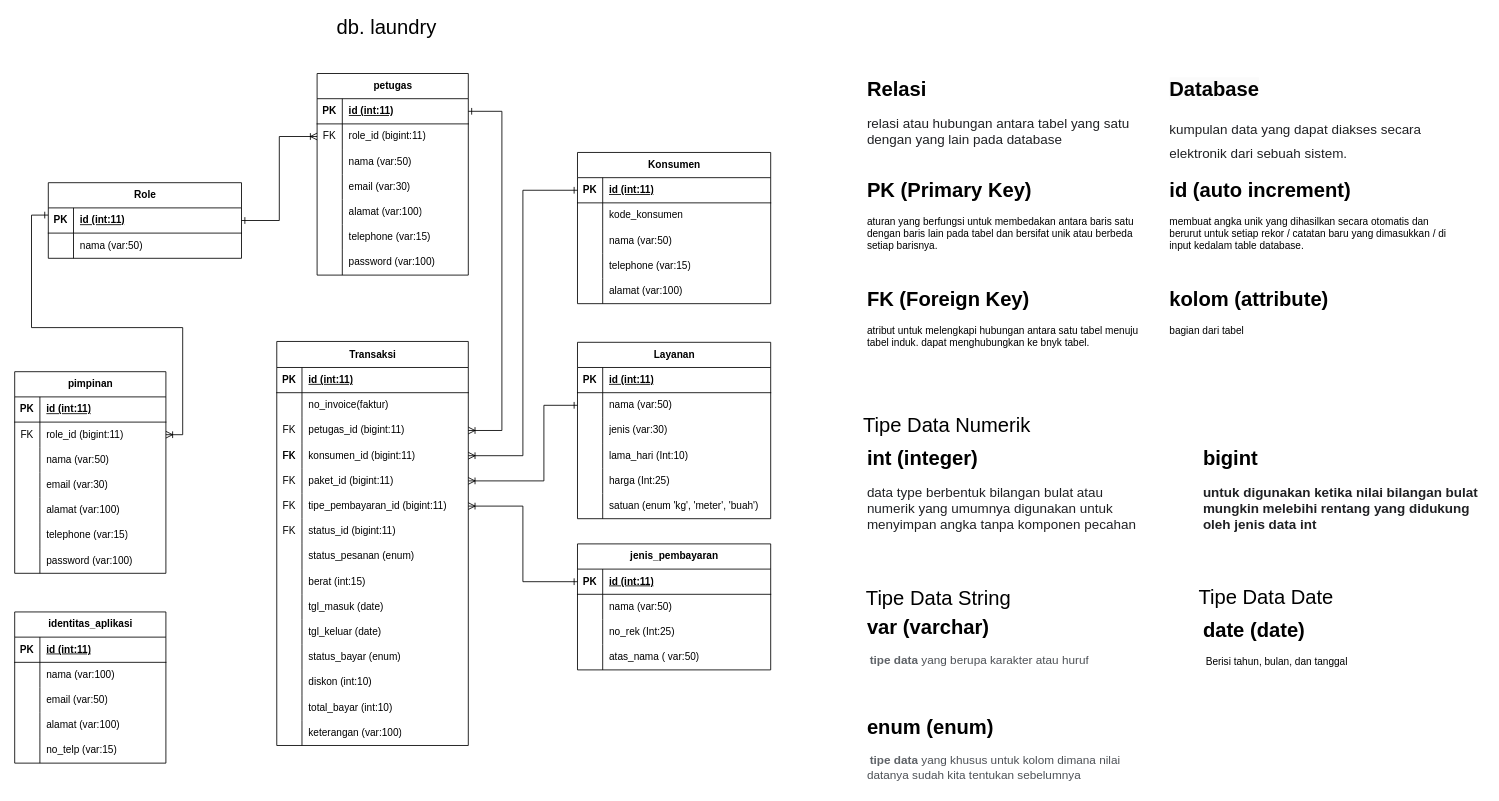
Above: page "RELASI" (4 of 6) of Desain Ujikom.drawio in alditasptnsr/ujikom_aldita (draw.io), before the change. Source tidied: cells renumbered, new cells numbered last; positions are measured from the earlier drawing's top-left corner, leaving out a move shared by most shapes. Both pictures are drawn from the tidied source at 84%, with x=0, y=0 at pixel (14, 14).
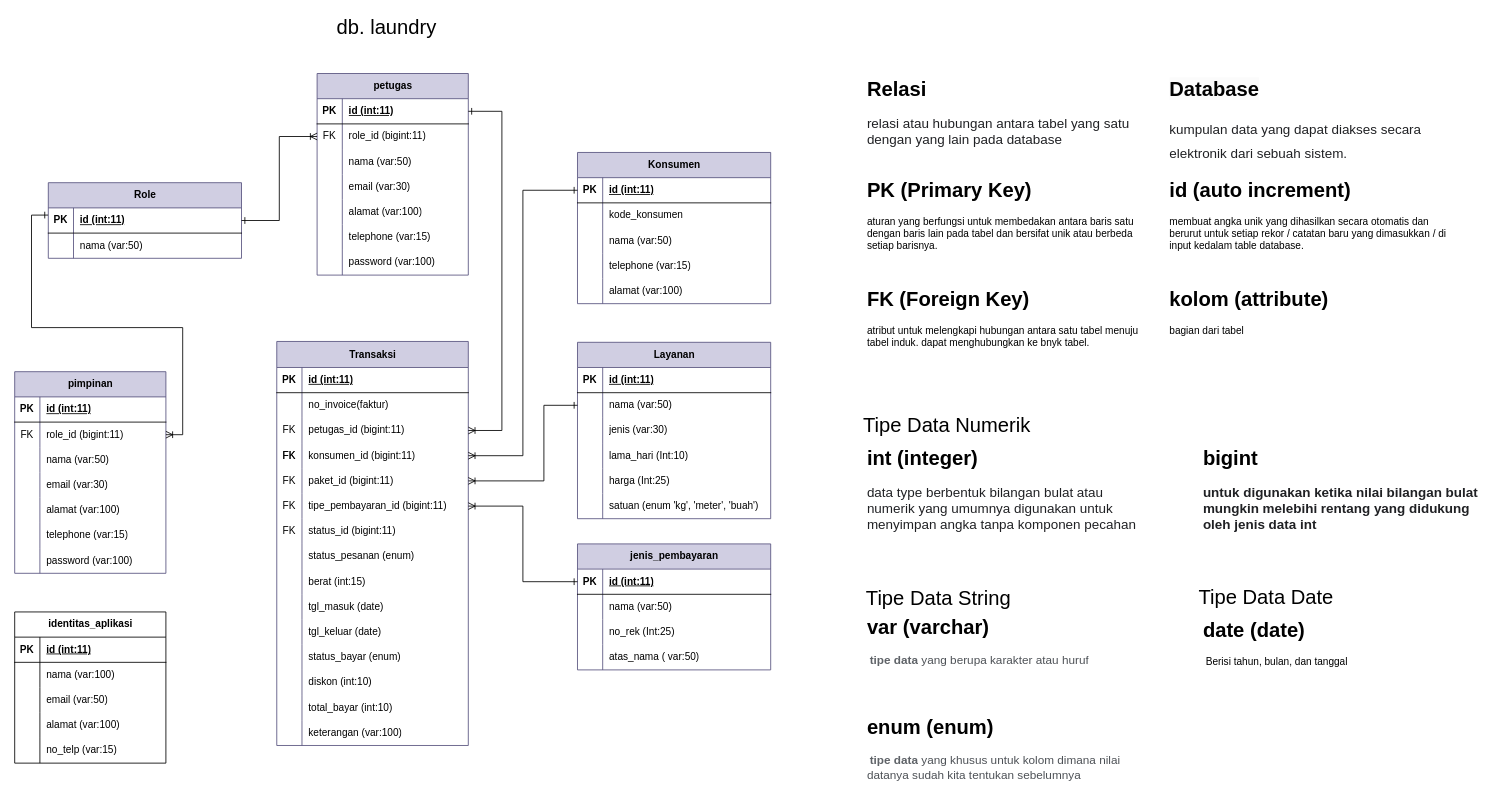
The same page after the edit.

Diff of the diagram source:
```diff
@@
-    <mxCell id="3" value="petugas" style="shape=table;startSize=30;childLayout=tableLayout;rowLines=0;fontStyle=1;align=center;html=1;" parent="1" vertex="1">
+    <mxCell id="3" value="petugas" style="shape=table;startSize=30;childLayout=tableLayout;rowLines=0;fontStyle=1;align=center;html=1;fillColor=#d0cee2;strokeColor=#56517e;" parent="1" vertex="1">
       <mxGeometry x="360" y="70" width="180" height="240" as="geometry" />
     </mxCell>
@@
-    <mxCell id="25" value="Role" style="shape=table;startSize=30;childLayout=tableLayout;rowLines=0;fontStyle=1;align=center;html=1;" parent="1" vertex="1">
+    <mxCell id="25" value="Role" style="shape=table;startSize=30;childLayout=tableLayout;rowLines=0;fontStyle=1;align=center;html=1;fillColor=#d0cee2;strokeColor=#56517e;" parent="1" vertex="1">
       <mxGeometry x="40" y="200" width="230" height="90" as="geometry" />
     </mxCell>
@@
-    <mxCell id="32" value="Konsumen" style="shape=table;startSize=30;childLayout=tableLayout;rowLines=0;fontStyle=1;align=center;html=1;" parent="1" vertex="1">
+    <mxCell id="32" value="Konsumen" style="shape=table;startSize=30;childLayout=tableLayout;rowLines=0;fontStyle=1;align=center;html=1;fillColor=#d0cee2;strokeColor=#56517e;" parent="1" vertex="1">
       <mxGeometry x="670" y="164" width="230" height="180" as="geometry" />
     </mxCell>
@@
-    <mxCell id="48" value="Layanan" style="shape=table;startSize=30;childLayout=tableLayout;rowLines=0;fontStyle=1;align=center;html=1;" parent="1" vertex="1">
+    <mxCell id="48" value="Layanan" style="shape=table;startSize=30;childLayout=tableLayout;rowLines=0;fontStyle=1;align=center;html=1;fillColor=#d0cee2;strokeColor=#56517e;" parent="1" vertex="1">
       <mxGeometry x="670" y="390" width="230" height="210" as="geometry" />
     </mxCell>
@@
-    <mxCell id="67" value="Transaksi" style="shape=table;startSize=31;childLayout=tableLayout;rowLines=0;fontStyle=1;align=center;html=1;" parent="1" vertex="1">
+    <mxCell id="67" value="Transaksi" style="shape=table;startSize=31;childLayout=tableLayout;rowLines=0;fontStyle=1;align=center;html=1;fillColor=#d0cee2;strokeColor=#56517e;" parent="1" vertex="1">
       <mxGeometry x="312" y="389" width="228" height="481" as="geometry" />
     </mxCell>
@@
-    <mxCell id="114" value="jenis_pembayaran" style="shape=table;startSize=30;childLayout=tableLayout;rowLines=0;fontStyle=1;align=center;html=1;" parent="1" vertex="1">
+    <mxCell id="114" value="jenis_pembayaran" style="shape=table;startSize=30;childLayout=tableLayout;rowLines=0;fontStyle=1;align=center;html=1;fillColor=#d0cee2;strokeColor=#56517e;" parent="1" vertex="1">
       <mxGeometry x="670" y="630" width="230" height="150" as="geometry" />
     </mxCell>
@@
-    <mxCell id="159" value="pimpinan" style="shape=table;startSize=30;childLayout=tableLayout;rowLines=0;fontStyle=1;align=center;html=1;" parent="1" vertex="1">
+    <mxCell id="159" value="pimpinan" style="shape=table;startSize=30;childLayout=tableLayout;rowLines=0;fontStyle=1;align=center;html=1;fillColor=#d0cee2;strokeColor=#56517e;" parent="1" vertex="1">
       <mxGeometry y="425" width="180" height="240" as="geometry" />
     </mxCell>
```
